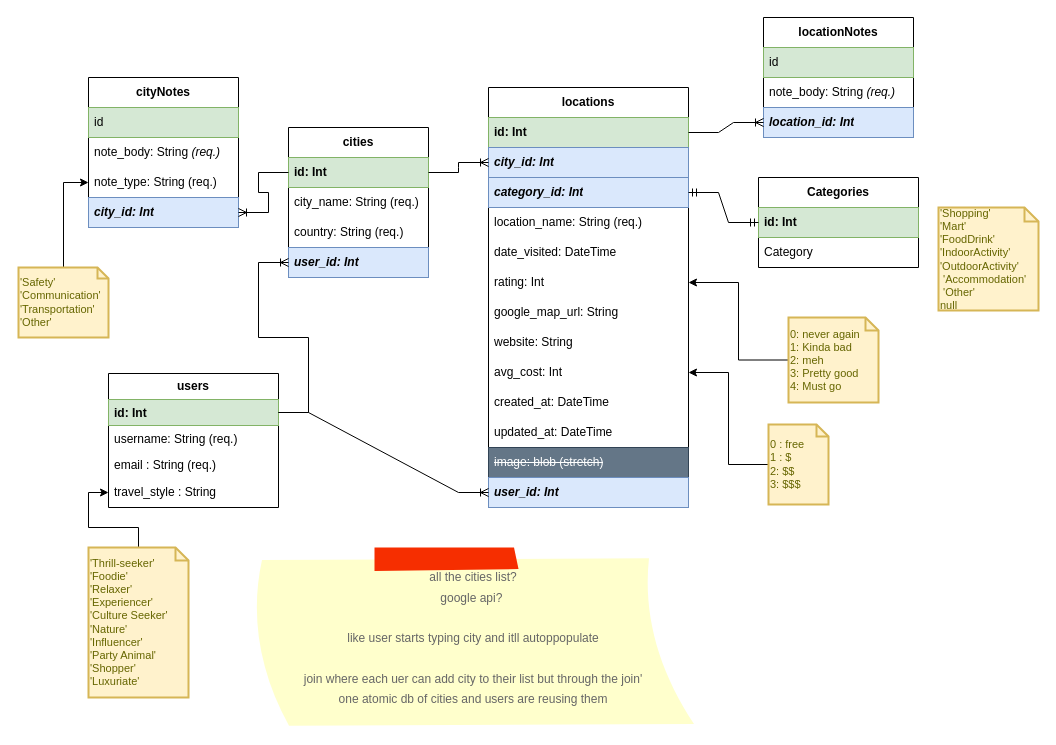
Before: DJordan-capstone_travel-blog.drawio in jordandc20/Vicariously_DJordan-capstone, a draw.io diagram. Source tidied: cells renumbered, new cells numbered last; positions are measured from the earlier drawing's top-left corner, leaving out a move shared by most shapes. Both pictures are drawn from the tidied source at 100%, with x=0, y=0 at pixel (18, 17).
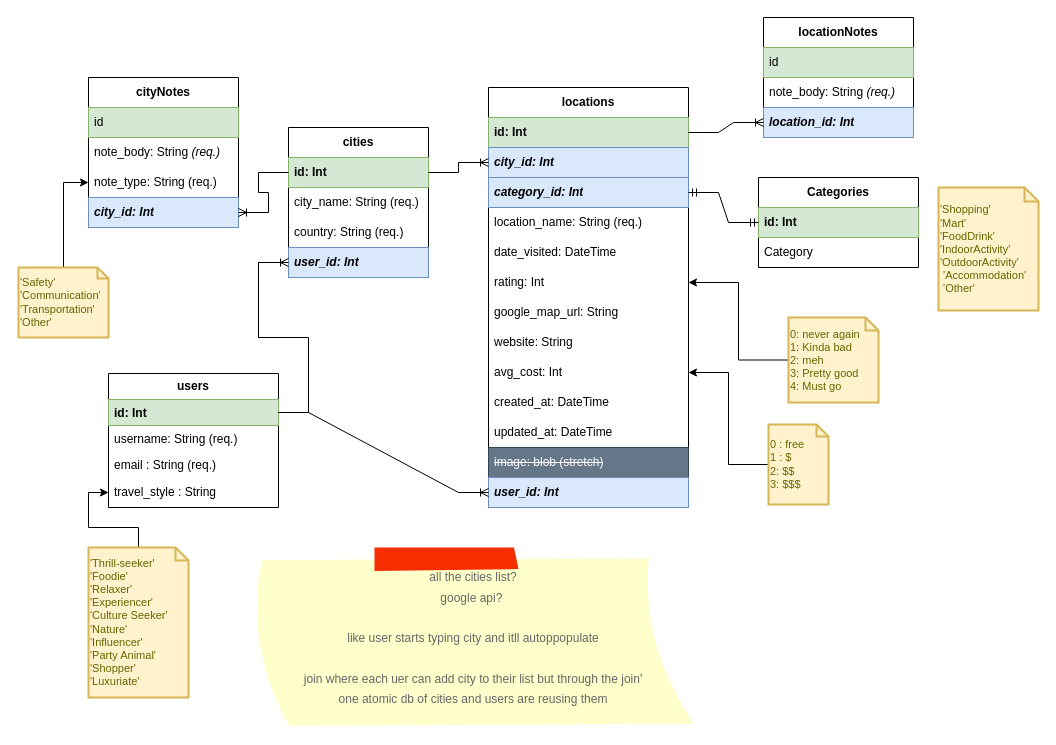
Above is the later version.

The edit, as a diff of the source:
```diff
@@
-    <mxCell id="53" value="'Shopping'&lt;br&gt;'Mart'&lt;br&gt;'FoodDrink'&lt;br&gt;'IndoorActivity'&lt;br&gt;'OutdoorActivity'&lt;br&gt;&amp;nbsp;'Accommodation'&lt;br&gt;&amp;nbsp;'Other'&lt;br&gt;null" style="shape=note;strokeWidth=2;fontSize=11;size=14;whiteSpace=wrap;html=1;fillColor=#fff2cc;strokeColor=#d6b656;fontColor=#666600;align=left;" parent="1" vertex="1">
-      <mxGeometry x="920" y="190" width="100" height="103" as="geometry" />
+    <mxCell id="53" value="'Shopping'&lt;br&gt;'Mart'&lt;br&gt;'FoodDrink'&lt;br&gt;'IndoorActivity'&lt;br&gt;'OutdoorActivity'&lt;br&gt;&amp;nbsp;'Accommodation'&lt;br&gt;&amp;nbsp;'Other'" style="shape=note;strokeWidth=2;fontSize=11;size=14;whiteSpace=wrap;html=1;fillColor=#fff2cc;strokeColor=#d6b656;fontColor=#666600;align=left;" parent="1" vertex="1">
+      <mxGeometry x="920" y="170" width="100" height="123" as="geometry" />
     </mxCell>
```
